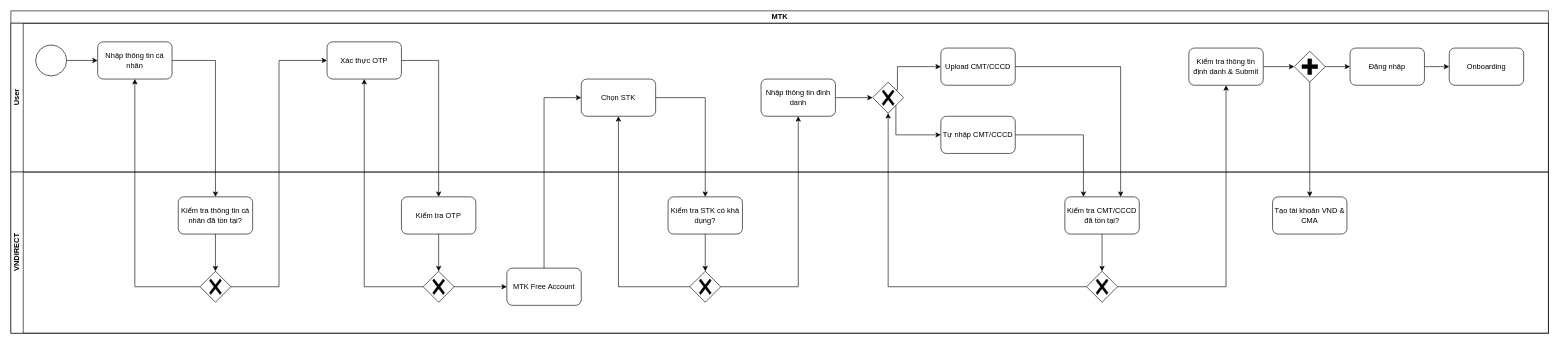
samhp-cloud/star keeps this draw.io diagram as page "Page-3" (3 of 3) of MTK.drawio. Above is the earlier version. Source tidied: cells renumbered, new cells numbered last; positions are measured from the earlier drawing's top-left corner, leaving out a move shared by most shapes. Both pictures are drawn from the tidied source at 62%, with x=0, y=0 at pixel (11, 11).
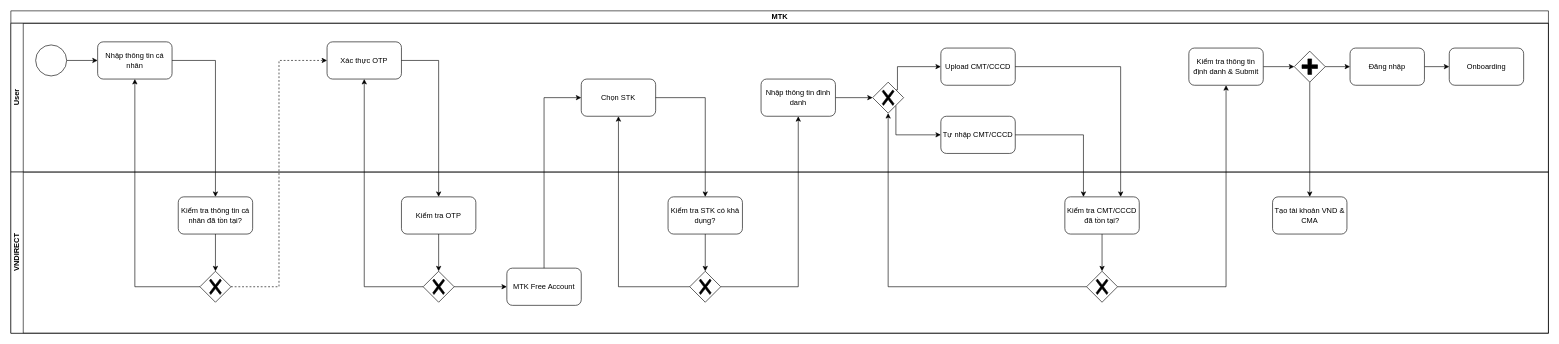
Above is the later version.

Unchanged cells that the change refers to:
```xml
<mxCell id="2" value="MTK" style="swimlane;html=1;horizontal=1;startSize=20;" parent="1" vertex="1">
  <mxGeometry width="2480" height="520" as="geometry" />
</mxCell>
<mxCell id="8" value="Xác thực OTP" style="rounded=1;whiteSpace=wrap;html=1;" parent="4" vertex="1">
  <mxGeometry x="510" y="30" width="120" height="60" as="geometry" />
</mxCell>
<mxCell id="27" style="points=[[0.25,0.25,0],[0.5,0,0],[0.75,0.25,0],[1,0.5,0],[0.75,0.75,0],[0.5,1,0],[0.25,0.75,0],[0,0.5,0]];shape=mxgraph.bpmn.gateway2;html=1;verticalLabelPosition=bottom;labelBackgroundColor=#ffffff;verticalAlign=top;align=center;perimeter=rhombusPerimeter;outlineConnect=0;outline=none;symbol=none;gwType=exclusive;" parent="24" vertex="1">
  <mxGeometry x="305" y="160" width="50" height="50" as="geometry" />
</mxCell>
```

Change to the diagram source:
```diff
@@
-    <mxCell id="42" style="edgeStyle=orthogonalEdgeStyle;rounded=0;jettySize=auto;html=1;exitX=1;exitY=0.5;exitDx=0;exitDy=0;exitPerimeter=0;entryX=0;entryY=0.5;entryDx=0;entryDy=0;" parent="2" edge="1" source="27" target="8">
+    <mxCell id="42" style="edgeStyle=orthogonalEdgeStyle;rounded=0;jettySize=auto;html=1;exitX=1;exitY=0.5;exitDx=0;exitDy=0;exitPerimeter=0;entryX=0;entryY=0.5;entryDx=0;entryDy=0;dashed=1;" parent="2" edge="1" source="27" target="8">
       <mxGeometry relative="1" as="geometry" />
     </mxCell>
```
